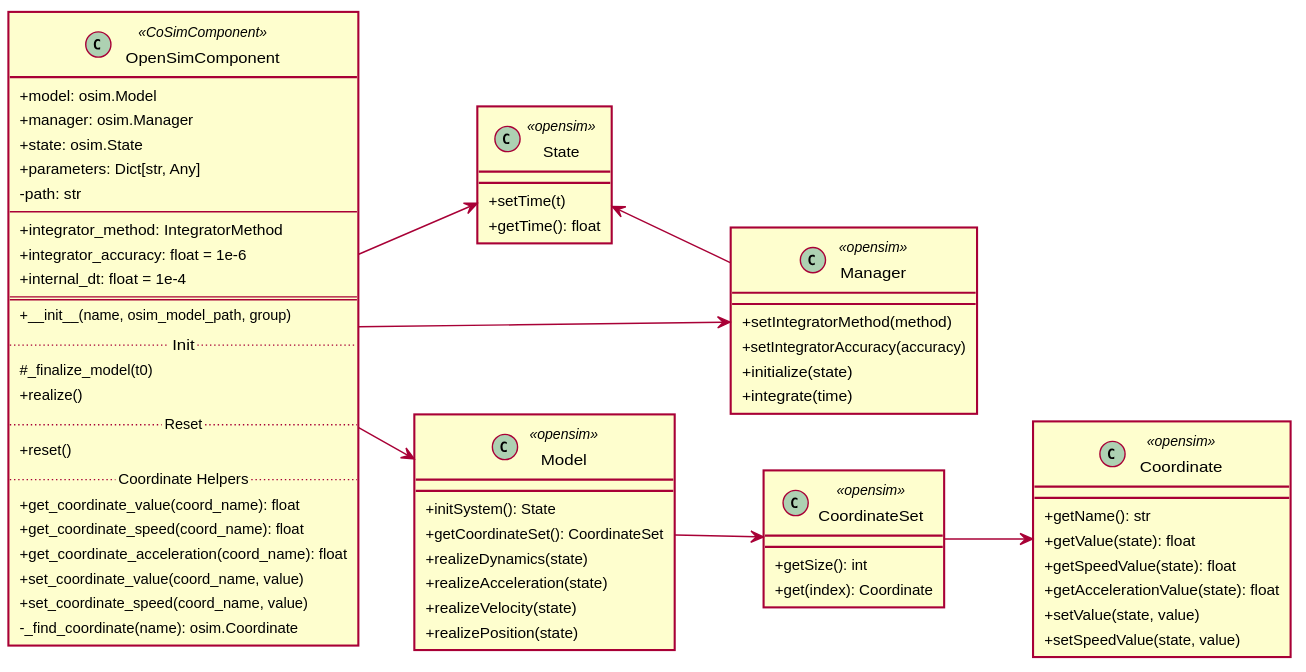
Earlier version of the PlantUML export docs/diagrams/out/OpenSimComponent.svg (FlorianFrech/SystemSimulation).
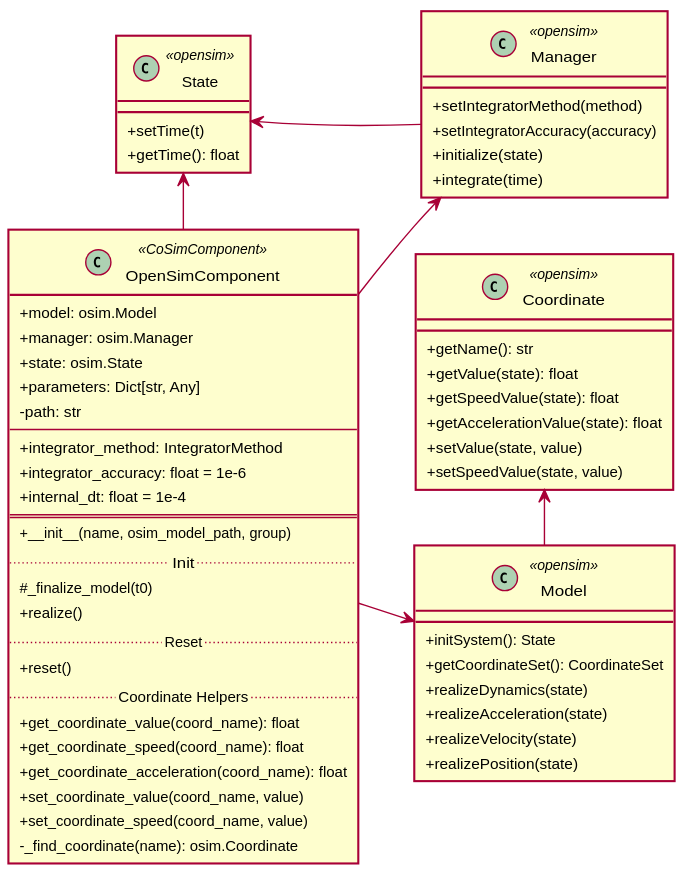
After the commit.

Diff of the diagram source:
```diff
@@ -71,19 +71,14 @@
     + setSpeedValue(state, value)
 }
 
-class CoordinateSet <<opensim>> {
-    + getSize(): int
-    + get(index): Coordinate
-}
 
 OpenSimComponent -down-> Model
-OpenSimComponent -> State
-OpenSimComponent -> Manager
+OpenSimComponent -down-> Manager
+OpenSimComponent -left-> State
 
-Model -down-> CoordinateSet
-CoordinateSet -down-> Coordinate
+Model -left-> Coordinate
 Manager -left-> State
 
-Model -[hidden]down- Manager
+Manager -[hidden]down- State
 
 @enduml
```
